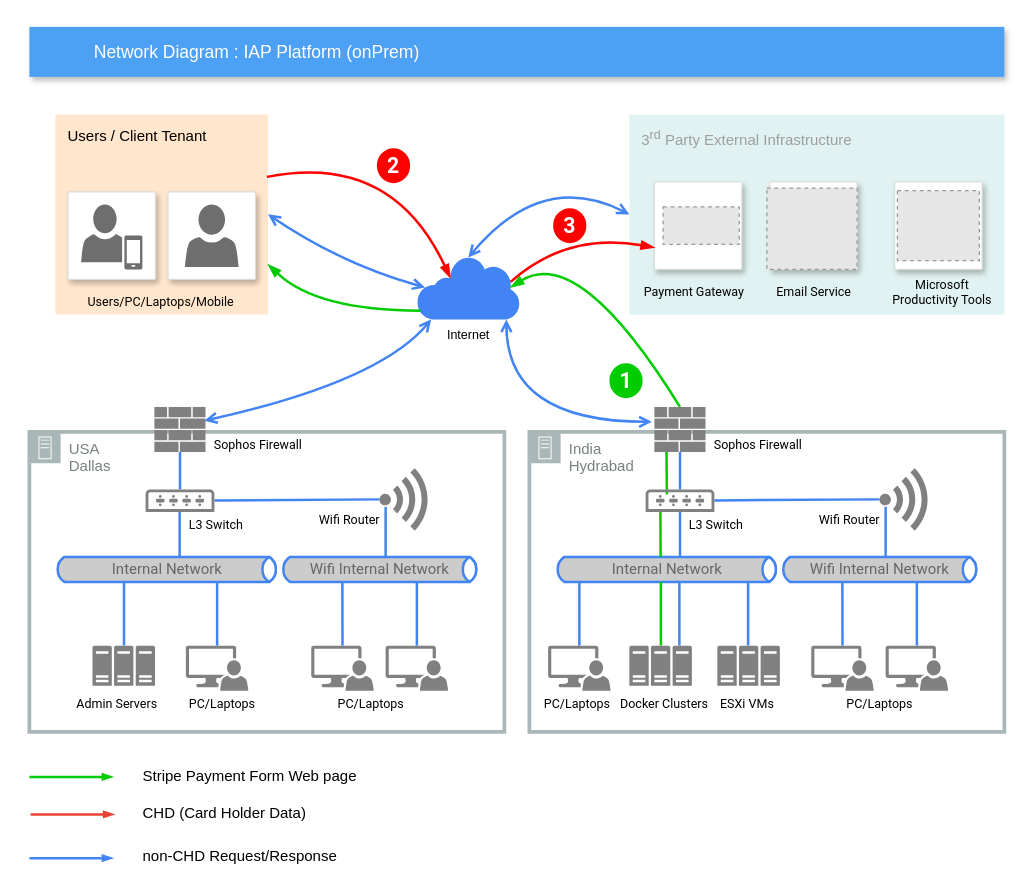
The draw.io diagram page "Page-3" (2 of 3) of DrawIO/EPSoft Diagram.drawio in josephlim75/technologies, before the edit. Source tidied: cells renumbered, new cells numbered last; positions are measured from the earlier drawing's top-left corner, leaving out a move shared by most shapes. Both pictures are drawn from the tidied source at 125%, with x=0, y=0 at pixel (29, 26). Pictures stored in the file or linked from it are replaced by grey dashed boxes.
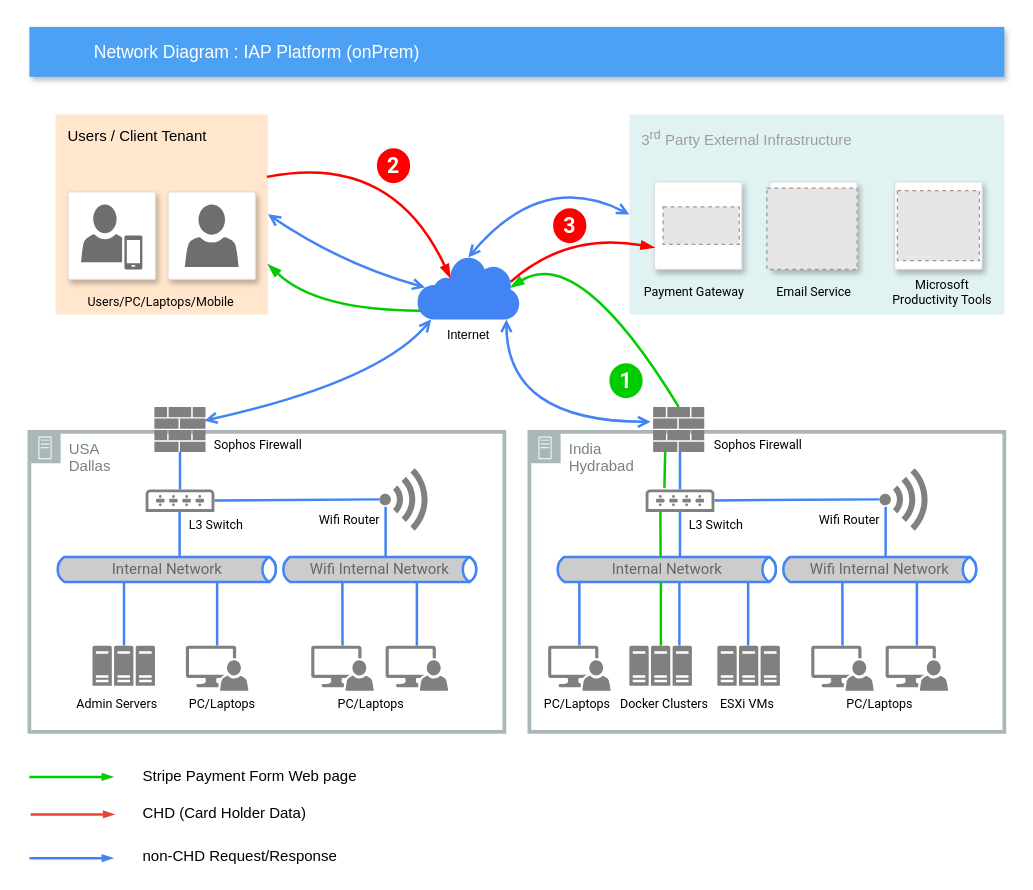
Above is the later version.

Diff of the diagram source:
```diff
@@
-    <mxCell id="4" style="html=1;labelBackgroundColor=#ffffff;jettySize=auto;orthogonalLoop=1;strokeWidth=2;fontSize=14;endArrow=none;endFill=0;strokeColor=#00CC00;" parent="1" edge="1">
+    <mxCell id="4" style="html=1;labelBackgroundColor=#ffffff;jettySize=auto;strokeWidth=2;fontSize=14;endArrow=none;endFill=0;strokeColor=#00CC00;exitX=0.236;exitY=0.981;exitDx=0;exitDy=0;exitPerimeter=0;" parent="1" edge="1" source="8">
       <mxGeometry relative="1" as="geometry">
-        <mxPoint x="509.7" y="340" as="sourcePoint" />
-        <mxPoint x="510" y="374" as="targetPoint" />
+        <mxPoint x="508" y="369" as="targetPoint" />
       </mxGeometry>
     </mxCell>
@@
     <mxCell id="8" style="shadow=0;dashed=0;html=1;strokeColor=none;labelPosition=center;verticalLabelPosition=bottom;verticalAlign=top;align=center;shape=mxgraph.mscae.enterprise.firewall;fontColor=#FF0000;fillColor=#808080;" parent="1" vertex="1">
-      <mxGeometry x="500" y="304" width="40.9" height="36" as="geometry" />
+      <mxGeometry x="499" y="304" width="40.9" height="36" as="geometry" />
     </mxCell>
```
